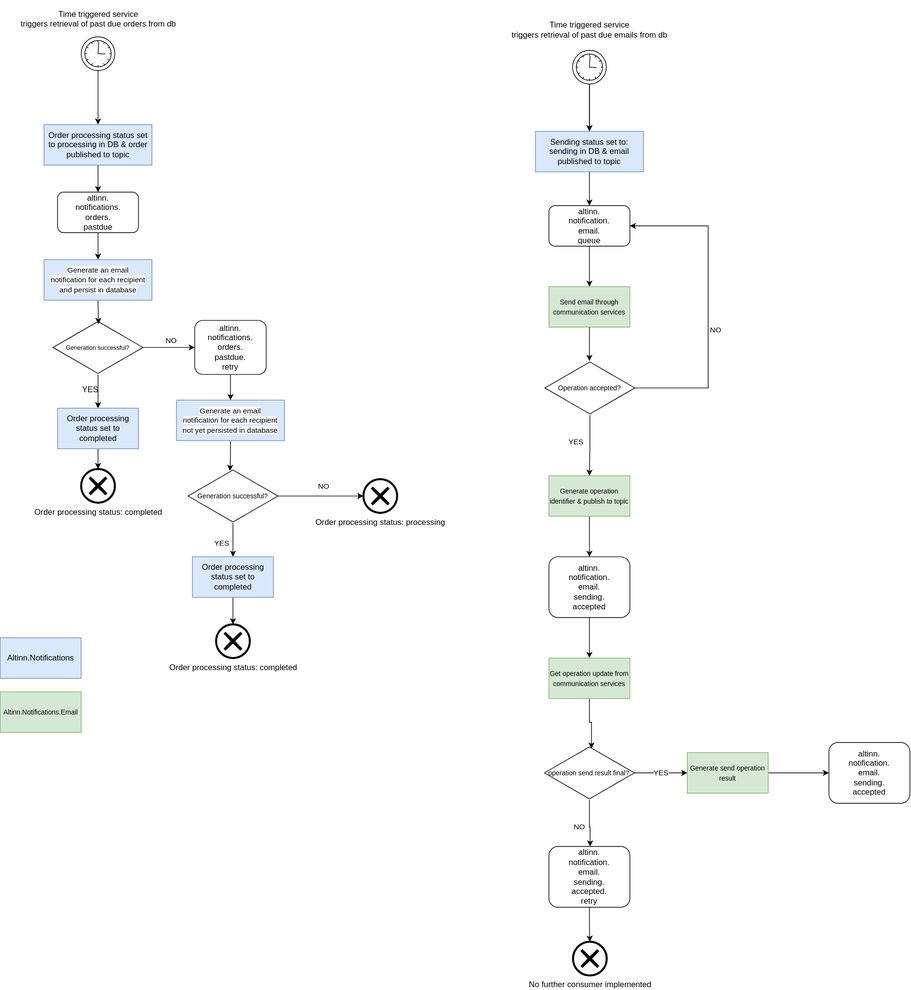
Earlier version of the draw.io export content/notifications/architecture/notifications-topic.drawio.svg (Altinn/altinn-studio-docs). Source tidied: cells renumbered, new cells last; positions are measured from the earlier drawing's top-left corner, leaving out a move shared by most shapes.
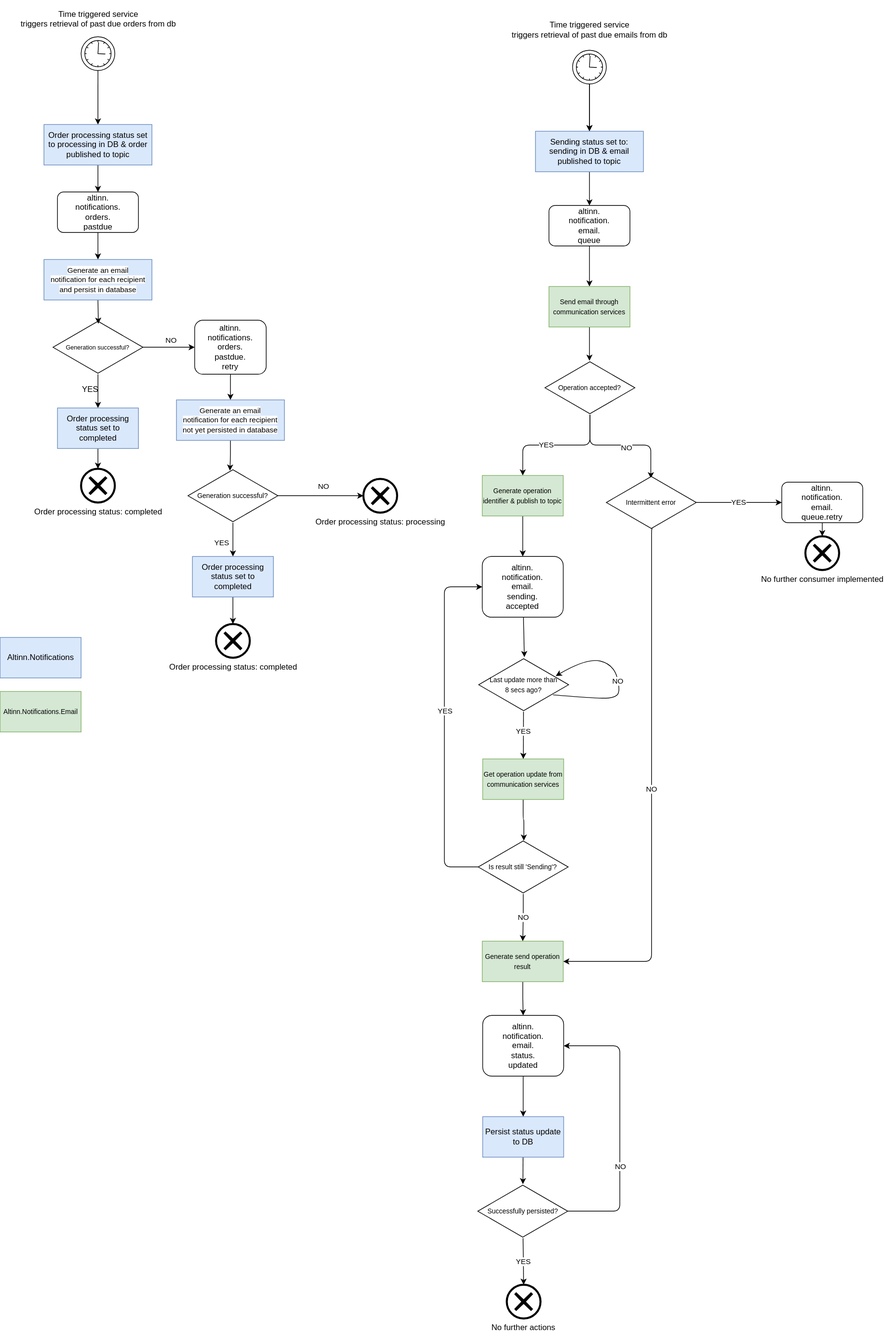
After the change.

Change to the diagram source:
```diff
@@ -123,18 +123,20 @@
     <mxCell id="40" value="&lt;font style=&quot;font-size: 10px;&quot;&gt;Send email through communication services&lt;/font&gt;" style="rounded=0;whiteSpace=wrap;html=1;fillColor=#d5e8d4;strokeColor=#82b366;" parent="1" vertex="1">
       <mxGeometry x="813" y="400" width="120" height="60" as="geometry" />
     </mxCell>
+    <mxCell id="59" style="edgeStyle=orthogonalEdgeStyle;html=1;entryX=0.495;entryY=0.052;entryDx=0;entryDy=0;entryPerimeter=0;" parent="1" edge="1" source="43" target="74">
+      <mxGeometry relative="1" as="geometry" />
+    </mxCell>
+    <mxCell id="60" value="NO" style="edgeLabel;html=1;align=center;verticalAlign=middle;" parent="59" vertex="1">
+      <mxGeometry x="0.37" y="-3" relative="1" as="geometry">
+        <mxPoint x="-27" as="offset" />
+      </mxGeometry>
+    </mxCell>
-    <mxCell id="41" value="YES" style="edgeStyle=orthogonalEdgeStyle;rounded=0;jettySize=auto;html=1;entryX=0.5;entryY=0;entryDx=0;entryDy=0;" parent="1" edge="1" source="43" target="45">
-      <mxGeometry x="-0.12" y="-21" relative="1" as="geometry" />
+    <mxCell id="41" style="edgeStyle=orthogonalEdgeStyle;html=1;entryX=0.5;entryY=0;entryDx=0;entryDy=0;" parent="1" edge="1" source="43" target="45">
+      <mxGeometry relative="1" as="geometry" />
     </mxCell>
-    <mxCell id="42" value="NO" style="edgeStyle=orthogonalEdgeStyle;rounded=0;jettySize=auto;html=1;entryX=1;entryY=0.5;entryDx=0;entryDy=0;" parent="1" edge="1" source="43" target="38">
-      <mxGeometry x="-0.16" y="-10" relative="1" as="geometry">
-        <Array as="points">
-          <mxPoint x="1049" y="550" />
-          <mxPoint x="1049" y="310" />
-        </Array>
-        <mxPoint x="1" as="offset" />
-      </mxGeometry>
-    </mxCell>
+    <mxCell id="61" value="YES" style="edgeLabel;html=1;align=center;verticalAlign=middle;" parent="41" vertex="1">
+      <mxGeometry x="0.16" y="-1" relative="1" as="geometry" />
+    </mxCell>
     <mxCell id="43" value="&lt;font style=&quot;font-size: 10px;&quot;&gt;Operation accepted?&lt;/font&gt;" style="html=1;whiteSpace=wrap;shape=isoRectangle;" parent="1" vertex="1">
       <mxGeometry x="807" y="510" width="133.3" height="80" as="geometry" />
     </mxCell>
@@ -142,52 +144,117 @@
       <mxGeometry relative="1" as="geometry" />
     </mxCell>
     <mxCell id="45" value="&lt;font style=&quot;font-size: 10px;&quot;&gt;Generate operation identifier &amp;amp; publish to topic&lt;/font&gt;" style="rounded=0;whiteSpace=wrap;html=1;fillColor=#d5e8d4;strokeColor=#82b366;" parent="1" vertex="1">
-      <mxGeometry x="813" y="680" width="120" height="60" as="geometry" />
+      <mxGeometry x="714.2" y="680" width="120" height="60" as="geometry" />
     </mxCell>
-    <mxCell id="46" style="edgeStyle=orthogonalEdgeStyle;rounded=0;jettySize=auto;html=1;entryX=0.5;entryY=0;entryDx=0;entryDy=0;" parent="1" edge="1" source="47" target="49">
-      <mxGeometry relative="1" as="geometry" />
-    </mxCell>
+    <mxCell id="62" style="edgeStyle=none;html=1;entryX=0.508;entryY=-0.012;entryDx=0;entryDy=0;entryPerimeter=0;" parent="1" edge="1" source="47" target="70">
+      <mxGeometry relative="1" as="geometry" />
+    </mxCell>
     <mxCell id="47" value="altinn.&lt;br&gt;notification.&lt;br&gt;email.&lt;br&gt;sending.&lt;br&gt;accepted" style="rounded=1;whiteSpace=wrap;html=1;" parent="1" vertex="1">
-      <mxGeometry x="813" y="800" width="120" height="90" as="geometry" />
+      <mxGeometry x="714.2" y="800" width="120" height="90" as="geometry" />
     </mxCell>
-    <mxCell id="48" style="edgeStyle=orthogonalEdgeStyle;rounded=0;jettySize=auto;html=1;entryX=0.523;entryY=0.05;entryDx=0;entryDy=0;entryPerimeter=0;" parent="1" edge="1" source="49" target="52">
+    <mxCell id="48" style="edgeStyle=orthogonalEdgeStyle;html=1;entryX=0.507;entryY=0.013;entryDx=0;entryDy=0;entryPerimeter=0;" parent="1" edge="1" source="49" target="52">
       <mxGeometry relative="1" as="geometry" />
     </mxCell>
     <mxCell id="49" value="&lt;font style=&quot;font-size: 10px;&quot;&gt;Get operation update from communication services&lt;/font&gt;" style="rounded=0;whiteSpace=wrap;html=1;fillColor=#d5e8d4;strokeColor=#82b366;" parent="1" vertex="1">
-      <mxGeometry x="813" y="950" width="120" height="60" as="geometry" />
+      <mxGeometry x="714.8" y="1100" width="120" height="60" as="geometry" />
     </mxCell>
-    <mxCell id="50" value="YES" style="edgeStyle=orthogonalEdgeStyle;rounded=0;jettySize=auto;html=1;entryX=0;entryY=0.5;entryDx=0;entryDy=0;" parent="1" edge="1" source="52" target="55">
+    <mxCell id="50" value="NO" style="edgeStyle=orthogonalEdgeStyle;rounded=0;jettySize=auto;html=1;entryX=0.5;entryY=0;entryDx=0;entryDy=0;" parent="1" edge="1" source="52" target="55">
       <mxGeometry relative="1" as="geometry" />
     </mxCell>
-    <mxCell id="51" value="NO" style="edgeStyle=orthogonalEdgeStyle;rounded=0;jettySize=auto;html=1;" parent="1" edge="1" source="52" target="57">
-      <mxGeometry x="0.14" y="-15" relative="1" as="geometry">
-        <Array as="points">
-          <mxPoint x="873" y="1200" />
-          <mxPoint x="874" y="1200" />
-        </Array>
-        <mxPoint x="-15" y="-15" as="offset" />
-      </mxGeometry>
-    </mxCell>
+    <mxCell id="63" style="edgeStyle=orthogonalEdgeStyle;html=1;entryX=0;entryY=0.5;entryDx=0;entryDy=0;" parent="1" edge="1" source="52" target="47">
+      <mxGeometry relative="1" as="geometry">
+        <Array as="points">
+          <mxPoint x="658" y="1260" />
+          <mxPoint x="658" y="845" />
+        </Array>
+      </mxGeometry>
+    </mxCell>
+    <mxCell id="64" value="YES" style="edgeLabel;html=1;align=center;verticalAlign=middle;" parent="63" vertex="1">
+      <mxGeometry x="0.08" relative="1" as="geometry" />
+    </mxCell>
-    <mxCell id="52" value="&lt;span style=&quot;font-size: 10px;&quot;&gt;operation send result final?&lt;/span&gt;" style="html=1;whiteSpace=wrap;shape=isoRectangle;" parent="1" vertex="1">
-      <mxGeometry x="806.3" y="1080" width="133.3" height="80" as="geometry" />
+    <mxCell id="52" value="&lt;span style=&quot;font-size: 10px;&quot;&gt;Is result still 'Sending'?&lt;/span&gt;" style="html=1;whiteSpace=wrap;shape=isoRectangle;" parent="1" vertex="1">
+      <mxGeometry x="708.2" y="1220" width="133.3" height="80" as="geometry" />
     </mxCell>
+    <mxCell id="65" style="edgeStyle=none;html=1;entryX=0.5;entryY=0;entryDx=0;entryDy=0;" parent="1" edge="1" source="53" target="76">
+      <mxGeometry relative="1" as="geometry" />
+    </mxCell>
-    <mxCell id="53" value="altinn.&lt;br&gt;notification.&lt;br&gt;email.&lt;br&gt;sending.&lt;br&gt;accepted" style="rounded=1;whiteSpace=wrap;html=1;" parent="1" vertex="1">
-      <mxGeometry x="1228" y="1075" width="120" height="90" as="geometry" />
+    <mxCell id="53" value="altinn.&lt;br&gt;notification.&lt;br&gt;email.&lt;br&gt;status.&lt;br&gt;updated" style="rounded=1;whiteSpace=wrap;html=1;" parent="1" vertex="1">
+      <mxGeometry x="714.8" y="1480" width="120" height="90" as="geometry" />
     </mxCell>
-    <mxCell id="54" style="edgeStyle=orthogonalEdgeStyle;rounded=0;jettySize=auto;html=1;entryX=0;entryY=0.5;entryDx=0;entryDy=0;" parent="1" edge="1" source="55" target="53">
+    <mxCell id="54" style="edgeStyle=orthogonalEdgeStyle;rounded=0;jettySize=auto;html=1;" parent="1" edge="1" source="55" target="53">
       <mxGeometry relative="1" as="geometry" />
     </mxCell>
     <mxCell id="55" value="&lt;font style=&quot;font-size: 10px;&quot;&gt;Generate send operation result&lt;/font&gt;" style="rounded=0;whiteSpace=wrap;html=1;fillColor=#d5e8d4;strokeColor=#82b366;" parent="1" vertex="1">
-      <mxGeometry x="1018" y="1090" width="120" height="60" as="geometry" />
+      <mxGeometry x="714.2" y="1370" width="120" height="60" as="geometry" />
     </mxCell>
-    <mxCell id="56" style="edgeStyle=orthogonalEdgeStyle;rounded=0;jettySize=auto;html=1;entryX=0.5;entryY=0;entryDx=0;entryDy=0;entryPerimeter=0;" parent="1" edge="1" source="57" target="58">
-      <mxGeometry relative="1" as="geometry" />
-    </mxCell>
-    <mxCell id="57" value="altinn.&lt;br&gt;notification.&lt;br&gt;email.&lt;br&gt;sending.&lt;br&gt;accepted.&lt;br&gt;retry" style="rounded=1;whiteSpace=wrap;html=1;" parent="1" vertex="1">
-      <mxGeometry x="813" y="1229" width="120" height="90" as="geometry" />
-    </mxCell>
+    <mxCell id="66" style="edgeStyle=none;html=1;" parent="1" edge="1" source="67" target="58">
+      <mxGeometry relative="1" as="geometry" />
+    </mxCell>
+    <mxCell id="67" value="altinn.&lt;br&gt;notification.&lt;br&gt;email.&lt;br&gt;queue.retry" style="rounded=1;whiteSpace=wrap;html=1;" parent="1" vertex="1">
+      <mxGeometry x="1158" y="690" width="120" height="60" as="geometry" />
+    </mxCell>
     <mxCell id="58" value="No further consumer implemented" style="points=[[0.145,0.145,0],[0.5,0,0],[0.855,0.145,0],[1,0.5,0],[0.855,0.855,0],[0.5,1,0],[0.145,0.855,0],[0,0.5,0]];shape=mxgraph.bpmn.event;html=1;verticalLabelPosition=bottom;labelBackgroundColor=#ffffff;verticalAlign=top;align=center;perimeter=ellipsePerimeter;outlineConnect=0;outline=end;symbol=cancel;" parent="1" vertex="1">
-      <mxGeometry x="848.7" y="1370" width="50" height="50" as="geometry" />
+      <mxGeometry x="1193" y="770" width="50" height="50" as="geometry" />
     </mxCell>
+    <mxCell id="68" style="edgeStyle=none;html=1;" parent="1" edge="1" source="70" target="49">
+      <mxGeometry relative="1" as="geometry" />
+    </mxCell>
+    <mxCell id="69" value="YES" style="edgeLabel;html=1;align=center;verticalAlign=middle;" parent="68" vertex="1">
+      <mxGeometry x="-0.18" y="-1" relative="1" as="geometry" />
+    </mxCell>
+    <mxCell id="70" value="&lt;font style=&quot;font-size: 10px;&quot;&gt;Last update more than&amp;nbsp;&lt;br&gt;8 secs ago?&lt;br&gt;&lt;/font&gt;" style="html=1;whiteSpace=wrap;shape=isoRectangle;" parent="1" vertex="1">
+      <mxGeometry x="708.8" y="950" width="133.3" height="80" as="geometry" />
+    </mxCell>
+    <mxCell id="71" value="NO" style="curved=1;endArrow=classic;html=1;exitX=0.827;exitY=0.688;exitDx=0;exitDy=0;exitPerimeter=0;entryX=0.857;entryY=0.338;entryDx=0;entryDy=0;entryPerimeter=0;" parent="1" edge="1" source="70" target="70">
+      <mxGeometry relative="1" as="geometry">
+        <Array as="points">
+          <mxPoint x="879.2" y="1010" />
+          <mxPoint x="909.2" y="1010" />
+          <mxPoint x="919.2" y="1000" />
+          <mxPoint x="909.2" y="960" />
+          <mxPoint x="869.2" y="950" />
+        </Array>
+      </mxGeometry>
+    </mxCell>
+    <mxCell id="72" value="NO" style="edgeStyle=orthogonalEdgeStyle;rounded=1;html=1;entryX=1;entryY=0.5;entryDx=0;entryDy=0;exitX=0.513;exitY=0.989;exitDx=0;exitDy=0;exitPerimeter=0;" parent="1" edge="1" source="74" target="55">
+      <mxGeometry relative="1" as="geometry">
+        <Array as="points">
+          <mxPoint x="965" y="759" />
+          <mxPoint x="965" y="1400" />
+        </Array>
+      </mxGeometry>
+    </mxCell>
+    <mxCell id="73" value="YES" style="edgeStyle=orthogonalEdgeStyle;rounded=1;html=1;entryX=0;entryY=0.5;entryDx=0;entryDy=0;" parent="1" edge="1" source="74" target="67">
+      <mxGeometry relative="1" as="geometry" />
+    </mxCell>
+    <mxCell id="74" value="&lt;span style=&quot;font-size: 10px;&quot;&gt;Intermittent error&lt;/span&gt;" style="html=1;whiteSpace=wrap;shape=isoRectangle;" parent="1" vertex="1">
+      <mxGeometry x="898" y="680" width="133.3" height="80" as="geometry" />
+    </mxCell>
+    <mxCell id="75" style="edgeStyle=none;html=1;" parent="1" edge="1" source="76" target="80">
+      <mxGeometry relative="1" as="geometry" />
+    </mxCell>
+    <mxCell id="76" value="Persist status update to DB" style="rounded=0;whiteSpace=wrap;html=1;fillColor=#dae8fc;strokeColor=#6c8ebf;" parent="1" vertex="1">
+      <mxGeometry x="714.8" y="1630" width="120" height="60" as="geometry" />
+    </mxCell>
+    <mxCell id="77" style="edgeStyle=none;html=1;entryX=1;entryY=0.5;entryDx=0;entryDy=0;" parent="1" edge="1" source="80" target="53">
+      <mxGeometry relative="1" as="geometry">
+        <Array as="points">
+          <mxPoint x="918" y="1770" />
+          <mxPoint x="918" y="1525" />
+        </Array>
+      </mxGeometry>
+    </mxCell>
+    <mxCell id="78" value="NO" style="edgeLabel;html=1;align=center;verticalAlign=middle;" parent="77" vertex="1">
+      <mxGeometry x="-0.29" relative="1" as="geometry" />
+    </mxCell>
+    <mxCell id="79" value="YES" style="edgeStyle=none;html=1;entryX=0.5;entryY=0;entryDx=0;entryDy=0;entryPerimeter=0;" parent="1" edge="1" source="80" target="81">
+      <mxGeometry relative="1" as="geometry" />
+    </mxCell>
+    <mxCell id="80" value="&lt;span style=&quot;font-size: 10px;&quot;&gt;Successfully persisted?&lt;/span&gt;" style="html=1;whiteSpace=wrap;shape=isoRectangle;" parent="1" vertex="1">
+      <mxGeometry x="707.5" y="1730" width="133.3" height="80" as="geometry" />
+    </mxCell>
+    <mxCell id="81" value="No further actions" style="points=[[0.145,0.145,0],[0.5,0,0],[0.855,0.145,0],[1,0.5,0],[0.855,0.855,0],[0.5,1,0],[0.145,0.855,0],[0,0.5,0]];shape=mxgraph.bpmn.event;html=1;verticalLabelPosition=bottom;labelBackgroundColor=#ffffff;verticalAlign=top;align=center;perimeter=ellipsePerimeter;outlineConnect=0;outline=end;symbol=cancel;" parent="1" vertex="1">
+      <mxGeometry x="750.5" y="1879" width="50" height="50" as="geometry" />
+    </mxCell>
   </root>
 </mxGraphModel>
```
